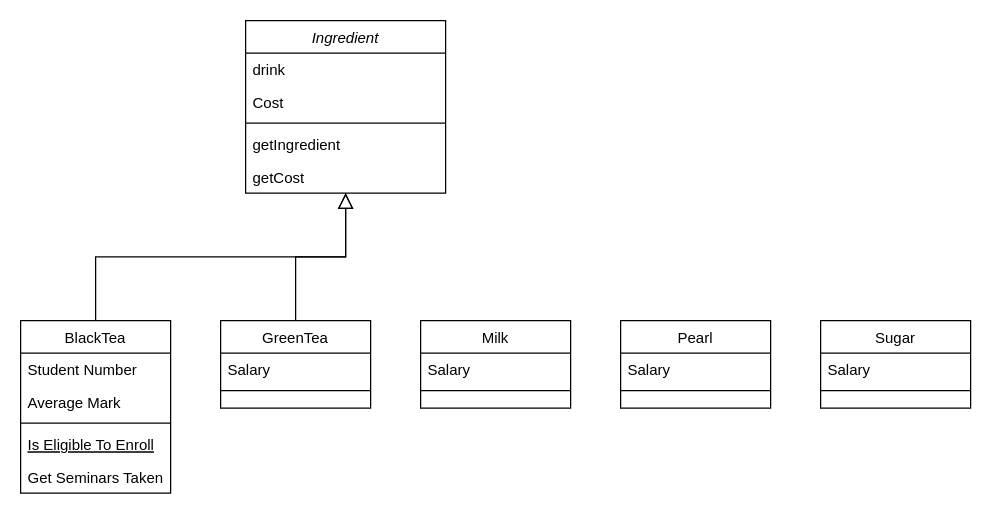
The draw.io diagram OOP_Project4_UML.drawio in spacistor0408/OOP_Project4, before the edit. Source tidied: cells renumbered, new cells numbered last; positions are measured from the earlier drawing's top-left corner, leaving out a move shared by most shapes. Both pictures are drawn from the tidied source at 125%, with x=0, y=0 at pixel (20, 20).
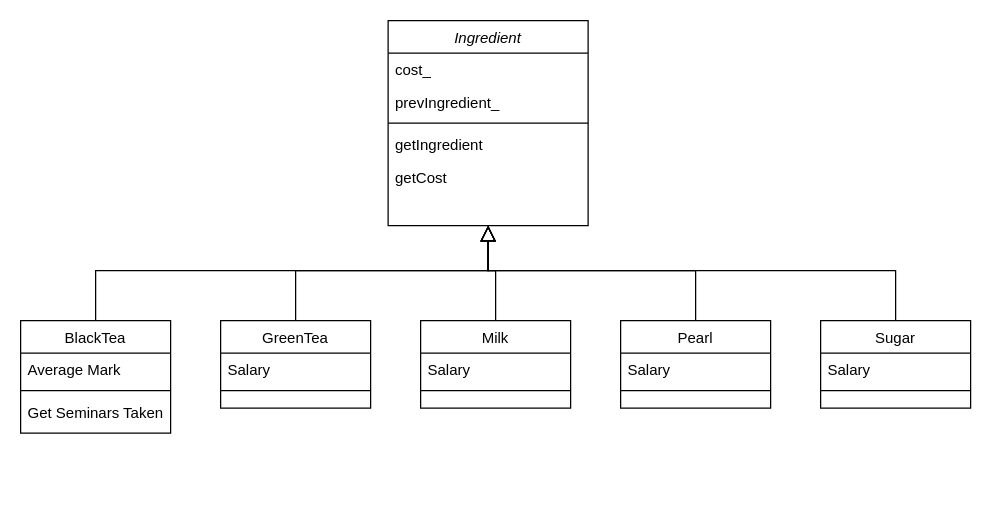
The same diagram, later.

Unchanged cells that the change refers to:
```xml
<mxCell id="15" value="GreenTea" style="swimlane;fontStyle=0;align=center;verticalAlign=top;horizontal=1;startSize=26;rounded=0;shadow=0;strokeWidth=1;" parent="1" vertex="1">
  <mxGeometry x="160" y="240" width="120" height="70" as="geometry" />
</mxCell>
<mxCell id="19" value="Milk" style="swimlane;fontStyle=0;align=center;verticalAlign=top;horizontal=1;startSize=26;rounded=0;shadow=0;strokeWidth=1;" parent="1" vertex="1">
  <mxGeometry x="320" y="240" width="120" height="70" as="geometry" />
</mxCell>
<mxCell id="22" value="Pearl" style="swimlane;fontStyle=0;align=center;verticalAlign=top;horizontal=1;startSize=26;rounded=0;shadow=0;strokeWidth=1;" parent="1" vertex="1">
  <mxGeometry x="480" y="240" width="120" height="70" as="geometry" />
</mxCell>
<mxCell id="25" value="Sugar" style="swimlane;fontStyle=0;align=center;verticalAlign=top;horizontal=1;startSize=26;rounded=0;shadow=0;strokeWidth=1;" parent="1" vertex="1">
  <mxGeometry x="640" y="240" width="120" height="70" as="geometry" />
</mxCell>
```

Change to the diagram source:
```diff
@@
     <mxCell id="2" value="Ingredient" style="swimlane;fontStyle=2;align=center;verticalAlign=top;horizontal=1;startSize=26;rounded=0;shadow=0;strokeWidth=1;" parent="1" vertex="1">
-      <mxGeometry x="180" width="160" height="138" as="geometry" />
+      <mxGeometry x="294" width="160" height="164" as="geometry" />
     </mxCell>
-    <mxCell id="3" value="drink" style="text;align=left;verticalAlign=top;spacingLeft=4;spacingRight=4;overflow=hidden;" parent="2" vertex="1">
-      <mxGeometry y="26" width="160" height="26" as="geometry" />
-    </mxCell>
-    <mxCell id="4" value="Cost" style="text;align=left;verticalAlign=top;spacingLeft=4;spacingRight=4;overflow=hidden;" parent="2" vertex="1">
-      <mxGeometry y="52" width="160" height="26" as="geometry" />
+    <mxCell id="4" value="cost_" style="text;align=left;verticalAlign=top;spacingLeft=4;spacingRight=4;overflow=hidden;" parent="2" vertex="1">
+      <mxGeometry y="26" width="160" height="26" as="geometry" />
     </mxCell>
+    <mxCell id="28" value="prevIngredient_" style="text;align=left;verticalAlign=top;spacingLeft=4;spacingRight=4;overflow=hidden;" parent="2" vertex="1">
+      <mxGeometry y="52" width="160" height="26" as="geometry" />
+    </mxCell>
@@
     <mxCell id="8" value="BlackTea" style="swimlane;fontStyle=0;align=center;verticalAlign=top;horizontal=1;startSize=26;rounded=0;shadow=0;strokeWidth=1;" parent="1" vertex="1">
-      <mxGeometry y="240" width="120" height="138" as="geometry" />
+      <mxGeometry y="240" width="120" height="90" as="geometry" />
     </mxCell>
-    <mxCell id="9" value="Student Number" style="text;align=left;verticalAlign=top;spacingLeft=4;spacingRight=4;overflow=hidden;" parent="8" vertex="1">
-      <mxGeometry y="26" width="120" height="26" as="geometry" />
-    </mxCell>
     <mxCell id="10" value="Average Mark" style="text;align=left;verticalAlign=top;spacingLeft=4;spacingRight=4;overflow=hidden;rounded=0;shadow=0;html=0;" parent="8" vertex="1">
-      <mxGeometry y="52" width="120" height="26" as="geometry" />
+      <mxGeometry y="26" width="120" height="26" as="geometry" />
     </mxCell>
     <mxCell id="11" style="line;html=1;strokeWidth=1;align=left;verticalAlign=middle;spacingTop=-1;spacingLeft=3;spacingRight=3;labelPosition=right;" parent="8" vertex="1">
-      <mxGeometry y="78" width="120" height="8" as="geometry" />
+      <mxGeometry y="52" width="120" height="8" as="geometry" />
     </mxCell>
-    <mxCell id="12" value="Is Eligible To Enroll" style="text;align=left;verticalAlign=top;spacingLeft=4;spacingRight=4;overflow=hidden;fontStyle=4;" parent="8" vertex="1">
-      <mxGeometry y="86" width="120" height="26" as="geometry" />
-    </mxCell>
     <mxCell id="13" value="Get Seminars Taken" style="text;align=left;verticalAlign=top;spacingLeft=4;spacingRight=4;overflow=hidden;" parent="8" vertex="1">
-      <mxGeometry y="112" width="120" height="26" as="geometry" />
+      <mxGeometry y="60" width="120" height="26" as="geometry" />
     </mxCell>
     <mxCell id="14" style="endArrow=block;endSize=10;endFill=0;shadow=0;strokeWidth=1;rounded=0;edgeStyle=elbowEdgeStyle;elbow=vertical;" parent="1" edge="1" source="8" target="2">
-      <mxGeometry relative="1" as="geometry" />
+      <mxGeometry relative="1" as="geometry">
+        <Array as="points">
+          <mxPoint x="260" y="200" />
+          <mxPoint x="200" y="200" />
+        </Array>
+      </mxGeometry>
     </mxCell>
@@
-    <mxCell id="18" style="endArrow=block;endSize=10;endFill=0;shadow=0;strokeWidth=1;rounded=0;edgeStyle=elbowEdgeStyle;elbow=vertical;" parent="1" edge="1" source="15" target="2">
-      <mxGeometry relative="1" as="geometry" />
+    <mxCell id="18" style="endArrow=block;endSize=10;endFill=0;shadow=0;strokeWidth=1;rounded=0;edgeStyle=elbowEdgeStyle;elbow=vertical;exitX=0.5;exitY=0;exitDx=0;exitDy=0;" parent="1" edge="1" source="15" target="2">
+      <mxGeometry relative="1" as="geometry">
+        <Array as="points">
+          <mxPoint x="260" y="200" />
+          <mxPoint x="240" y="200" />
+          <mxPoint x="320" y="200" />
+        </Array>
+      </mxGeometry>
     </mxCell>
+    <mxCell id="29" style="edgeStyle=orthogonalEdgeStyle;rounded=0;jettySize=auto;html=1;endArrow=block;endFill=0;strokeWidth=1;endSize=10;" parent="1" edge="1" source="19" target="2">
+      <mxGeometry relative="1" as="geometry">
+        <Array as="points">
+          <mxPoint x="380" y="200" />
+          <mxPoint x="374" y="200" />
+        </Array>
+      </mxGeometry>
+    </mxCell>
@@
+    <mxCell id="30" style="edgeStyle=orthogonalEdgeStyle;rounded=0;jettySize=auto;html=1;strokeWidth=1;endArrow=block;endFill=0;endSize=10;" parent="1" edge="1" source="22" target="2">
+      <mxGeometry relative="1" as="geometry">
+        <Array as="points">
+          <mxPoint x="540" y="200" />
+          <mxPoint x="374" y="200" />
+        </Array>
+      </mxGeometry>
+    </mxCell>
@@
+    <mxCell id="31" style="edgeStyle=orthogonalEdgeStyle;rounded=0;jettySize=auto;html=1;strokeWidth=1;endArrow=block;endFill=0;endSize=10;" parent="1" edge="1" source="25" target="2">
+      <mxGeometry relative="1" as="geometry">
+        <Array as="points">
+          <mxPoint x="700" y="200" />
+          <mxPoint x="374" y="200" />
+        </Array>
+      </mxGeometry>
+    </mxCell>
```
